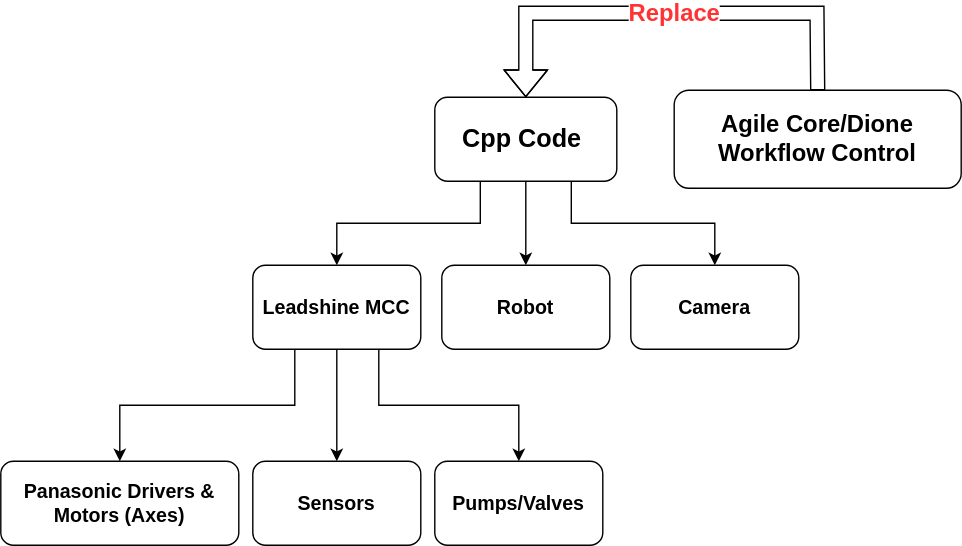
TONiiV/flowcharts keeps this draw.io diagram as RCAM-structure.drawio.svg. Above is the earlier version. Source tidied: cells renumbered, new cells last; positions are measured from the earlier drawing's top-left corner, leaving out a move shared by most shapes.
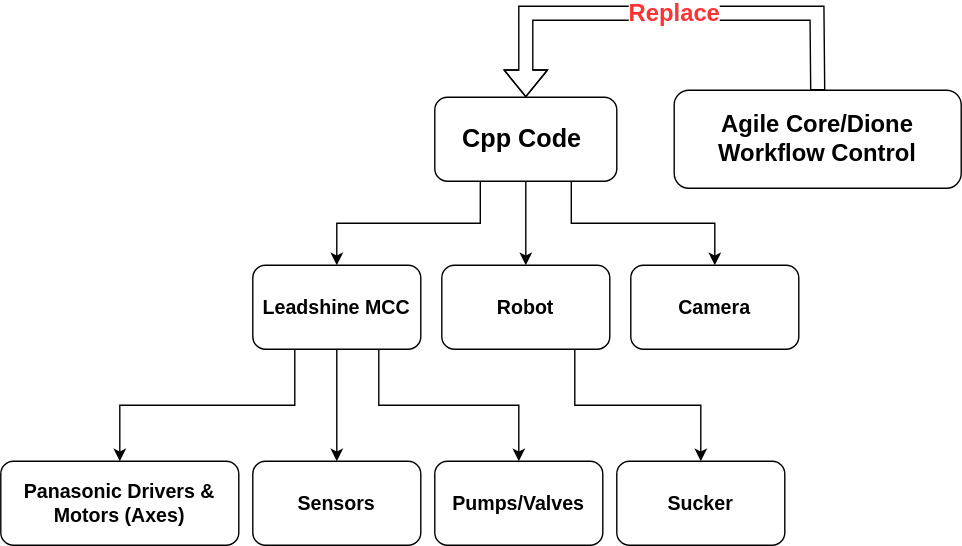
After the change.

Diff of the diagram source:
```diff
@@ -29,6 +29,15 @@
     <mxCell id="10" value="&lt;b&gt;&lt;font style=&quot;font-size: 14px;&quot;&gt;Panasonic Drivers &amp;amp; Motors (Axes)&lt;/font&gt;&lt;/b&gt;" style="rounded=1;whiteSpace=wrap;html=1;" parent="1" vertex="1">
       <mxGeometry y="320" width="170" height="60" as="geometry" />
     </mxCell>
+    <mxCell id="18" style="edgeStyle=orthogonalEdgeStyle;rounded=0;jettySize=auto;html=1;exitX=0.5;exitY=1;exitDx=0;exitDy=0;" parent="1" edge="1" source="11" target="19">
+      <mxGeometry relative="1" as="geometry">
+        <Array as="points">
+          <mxPoint x="410" y="240" />
+          <mxPoint x="410" y="280" />
+          <mxPoint x="500" y="280" />
+        </Array>
+      </mxGeometry>
+    </mxCell>
     <mxCell id="11" value="&lt;b&gt;&lt;font style=&quot;font-size: 14px;&quot;&gt;Robot&lt;/font&gt;&lt;/b&gt;" style="rounded=1;whiteSpace=wrap;html=1;" parent="1" vertex="1">
       <mxGeometry x="315" y="180" width="120" height="60" as="geometry" />
     </mxCell>
@@ -57,5 +66,8 @@
         <mxPoint x="4" y="2" as="offset" />
       </mxGeometry>
     </mxCell>
+    <mxCell id="19" value="&lt;span style=&quot;font-size: 14px;&quot;&gt;&lt;b&gt;Sucker&lt;/b&gt;&lt;/span&gt;" style="rounded=1;whiteSpace=wrap;html=1;" parent="1" vertex="1">
+      <mxGeometry x="440" y="320" width="120" height="60" as="geometry" />
+    </mxCell>
   </root>
 </mxGraphModel>
```
